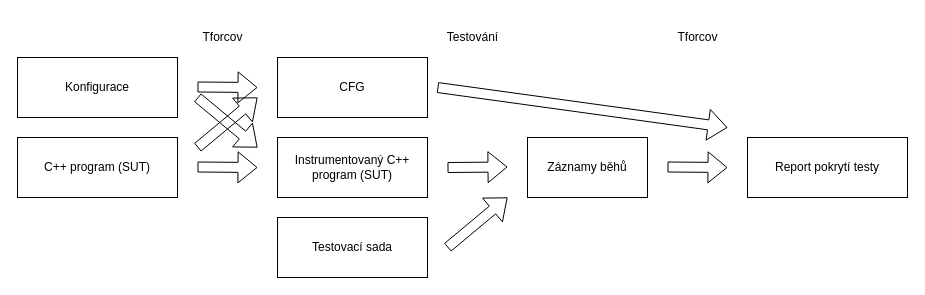
This is presentation_sut_flow.drawio from petkapou/DIP_diagrams, a draw.io file, before an edit. Source tidied: cells renumbered, new cells numbered last; positions are measured from the earlier drawing's top-left corner, leaving out a move shared by most shapes. Both pictures are drawn from the tidied source at 100%, with x=0, y=0 at pixel (17, 27).
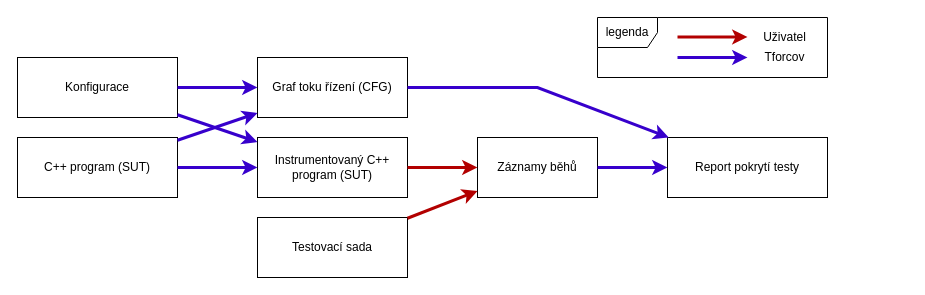
The same diagram, later.

The change refers to these unchanged cells:
```xml
<mxCell id="3" value="Konfigurace" style="rounded=0;whiteSpace=wrap;html=1;" parent="1" vertex="1">
  <mxGeometry y="30" width="160" height="60" as="geometry" />
</mxCell>
<mxCell id="10" value="C++ program (SUT)" style="rounded=0;whiteSpace=wrap;html=1;" parent="1" vertex="1">
  <mxGeometry y="110" width="160" height="60" as="geometry" />
</mxCell>
```

Change to the diagram source:
```diff
@@
     <mxCell id="2" value="Instrumentovaný C++ program (SUT)" style="rounded=0;whiteSpace=wrap;html=1;" parent="1" vertex="1">
-      <mxGeometry x="260" y="110" width="150" height="60" as="geometry" />
+      <mxGeometry x="240" y="110" width="150" height="60" as="geometry" />
     </mxCell>
@@
-    <mxCell id="4" style="shape=flexArrow;endArrow=classic;html=1;rounded=0;" parent="1" edge="1">
-      <mxGeometry relative="1" as="geometry">
-        <mxPoint x="650" y="139.5" as="sourcePoint" />
-        <mxPoint x="710" y="140" as="targetPoint" />
-      </mxGeometry>
-    </mxCell>
     <mxCell id="5" value="Report pokrytí testy" style="rounded=0;whiteSpace=wrap;html=1;" parent="1" vertex="1">
-      <mxGeometry x="730" y="110" width="160" height="60" as="geometry" />
+      <mxGeometry x="650" y="110" width="160" height="60" as="geometry" />
     </mxCell>
     <mxCell id="6" value="Testovací sada" style="rounded=0;whiteSpace=wrap;html=1;" parent="1" vertex="1">
-      <mxGeometry x="260" y="190" width="150" height="60" as="geometry" />
+      <mxGeometry x="240" y="190" width="150" height="60" as="geometry" />
     </mxCell>
     <mxCell id="7" value="Záznamy běhů" style="rounded=0;whiteSpace=wrap;html=1;" parent="1" vertex="1">
-      <mxGeometry x="510" y="110" width="120" height="60" as="geometry" />
+      <mxGeometry x="460" y="110" width="120" height="60" as="geometry" />
     </mxCell>
-    <mxCell id="8" style="shape=flexArrow;endArrow=classic;html=1;rounded=0;" parent="1" edge="1">
-      <mxGeometry relative="1" as="geometry">
-        <mxPoint x="420" y="60" as="sourcePoint" />
-        <mxPoint x="710" y="100" as="targetPoint" />
-      </mxGeometry>
-    </mxCell>
-    <mxCell id="9" style="shape=flexArrow;endArrow=classic;html=1;rounded=0;" parent="1" edge="1">
-      <mxGeometry relative="1" as="geometry">
-        <mxPoint x="180" y="139.5" as="sourcePoint" />
-        <mxPoint x="240" y="140" as="targetPoint" />
-      </mxGeometry>
-    </mxCell>
@@
-    <mxCell id="11" value="CFG" style="rounded=0;whiteSpace=wrap;html=1;" parent="1" vertex="1">
-      <mxGeometry x="260" y="30" width="150" height="60" as="geometry" />
+    <mxCell id="11" value="Graf toku řízení (CFG)" style="rounded=0;whiteSpace=wrap;html=1;" parent="1" vertex="1">
+      <mxGeometry x="240" y="30" width="150" height="60" as="geometry" />
     </mxCell>
-    <mxCell id="12" style="shape=flexArrow;endArrow=classic;html=1;rounded=0;" parent="1" edge="1">
-      <mxGeometry relative="1" as="geometry">
-        <mxPoint x="180" y="70" as="sourcePoint" />
-        <mxPoint x="240" y="120" as="targetPoint" />
-      </mxGeometry>
-    </mxCell>
-    <mxCell id="13" style="shape=flexArrow;endArrow=classic;html=1;rounded=0;" parent="1" edge="1">
-      <mxGeometry relative="1" as="geometry">
-        <mxPoint x="430" y="140" as="sourcePoint" />
-        <mxPoint x="490" y="139.5" as="targetPoint" />
-      </mxGeometry>
-    </mxCell>
-    <mxCell id="14" style="shape=flexArrow;endArrow=classic;html=1;rounded=0;" parent="1" edge="1">
-      <mxGeometry relative="1" as="geometry">
-        <mxPoint x="430" y="220" as="sourcePoint" />
-        <mxPoint x="490" y="170" as="targetPoint" />
-      </mxGeometry>
-    </mxCell>
-    <mxCell id="15" style="shape=flexArrow;endArrow=classic;html=1;rounded=0;" parent="1" edge="1">
-      <mxGeometry relative="1" as="geometry">
-        <mxPoint x="180" y="120" as="sourcePoint" />
-        <mxPoint x="240" y="70" as="targetPoint" />
-      </mxGeometry>
-    </mxCell>
-    <mxCell id="16" style="shape=flexArrow;endArrow=classic;html=1;rounded=0;" parent="1" edge="1">
-      <mxGeometry relative="1" as="geometry">
-        <mxPoint x="180" y="59.5" as="sourcePoint" />
-        <mxPoint x="240" y="60" as="targetPoint" />
-      </mxGeometry>
-    </mxCell>
-    <mxCell id="17" value="Testování" style="text;html=1;align=center;verticalAlign=middle;strokeColor=none;fillColor=none;" parent="1" vertex="1">
-      <mxGeometry x="420" width="70" height="20" as="geometry" />
-    </mxCell>
-    <mxCell id="18" value="Tforcov" style="text;html=1;align=center;verticalAlign=middle;strokeColor=none;fillColor=none;" parent="1" vertex="1">
-      <mxGeometry x="175" width="60" height="20" as="geometry" />
-    </mxCell>
-    <mxCell id="19" value="Tforcov" style="text;html=1;align=center;verticalAlign=middle;strokeColor=none;fillColor=none;" parent="1" vertex="1">
-      <mxGeometry x="650" width="60" height="20" as="geometry" />
-    </mxCell>
+    <mxCell id="20" style="endArrow=classic;html=1;rounded=0;startSize=6;strokeWidth=3;fillColor=#6a00ff;strokeColor=#3700CC;" parent="1" edge="1" source="11" target="5">
+      <mxGeometry relative="1" as="geometry">
+        <Array as="points">
+          <mxPoint x="520" y="60" />
+        </Array>
+      </mxGeometry>
+    </mxCell>
+    <mxCell id="21" style="endArrow=classic;html=1;rounded=0;startSize=6;strokeWidth=3;fillColor=#6a00ff;strokeColor=#3700CC;" parent="1" edge="1" source="7" target="5">
+      <mxGeometry relative="1" as="geometry" />
+    </mxCell>
+    <mxCell id="22" style="endArrow=classic;html=1;rounded=0;startSize=6;strokeWidth=3;fillColor=#e51400;strokeColor=#B20000;" parent="1" edge="1" source="2" target="7">
+      <mxGeometry relative="1" as="geometry" />
+    </mxCell>
+    <mxCell id="23" style="endArrow=classic;html=1;rounded=0;startSize=6;strokeWidth=3;fillColor=#e51400;strokeColor=#B20000;" parent="1" edge="1" source="6" target="7">
+      <mxGeometry relative="1" as="geometry" />
+    </mxCell>
+    <mxCell id="24" style="endArrow=classic;html=1;rounded=0;startSize=6;strokeWidth=3;fillColor=#6a00ff;strokeColor=#3700CC;" parent="1" edge="1" source="10" target="2">
+      <mxGeometry relative="1" as="geometry" />
+    </mxCell>
+    <mxCell id="25" style="endArrow=classic;html=1;rounded=0;startSize=6;strokeWidth=3;fillColor=#6a00ff;strokeColor=#3700CC;" parent="1" edge="1" source="3" target="11">
+      <mxGeometry relative="1" as="geometry" />
+    </mxCell>
+    <mxCell id="26" style="endArrow=classic;html=1;rounded=0;startSize=6;strokeWidth=3;fillColor=#6a00ff;strokeColor=#3700CC;" parent="1" edge="1" source="10" target="11">
+      <mxGeometry relative="1" as="geometry" />
+    </mxCell>
+    <mxCell id="27" style="endArrow=classic;html=1;rounded=0;startSize=6;strokeWidth=3;fillColor=#6a00ff;strokeColor=#3700CC;" parent="1" edge="1" source="3" target="2">
+      <mxGeometry relative="1" as="geometry" />
+    </mxCell>
+    <mxCell id="28" value="legenda" style="shape=umlFrame;whiteSpace=wrap;html=1;" parent="1" vertex="1">
+      <mxGeometry x="580" y="-10" width="230" height="60" as="geometry" />
+    </mxCell>
+    <mxCell id="29" style="endArrow=classic;html=1;rounded=0;startSize=6;strokeWidth=3;fillColor=#e51400;strokeColor=#B20000;" parent="1" edge="1">
+      <mxGeometry relative="1" as="geometry">
+        <mxPoint x="660" y="9.5" as="sourcePoint" />
+        <mxPoint x="730" y="9.5" as="targetPoint" />
+      </mxGeometry>
+    </mxCell>
+    <mxCell id="30" style="endArrow=classic;html=1;rounded=0;startSize=6;strokeWidth=3;fillColor=#6a00ff;strokeColor=#3700CC;" parent="1" edge="1">
+      <mxGeometry relative="1" as="geometry">
+        <mxPoint x="660" y="30" as="sourcePoint" />
+        <mxPoint x="730" y="30" as="targetPoint" />
+      </mxGeometry>
+    </mxCell>
+    <mxCell id="31" value="Uživatel" style="text;html=1;align=center;verticalAlign=middle;strokeColor=none;fillColor=none;" parent="1" vertex="1">
+      <mxGeometry x="737" width="60" height="20" as="geometry" />
+    </mxCell>
+    <mxCell id="32" value="Tforcov" style="text;html=1;align=center;verticalAlign=middle;strokeColor=none;fillColor=none;" parent="1" vertex="1">
+      <mxGeometry x="737" y="20" width="60" height="20" as="geometry" />
+    </mxCell>
```
